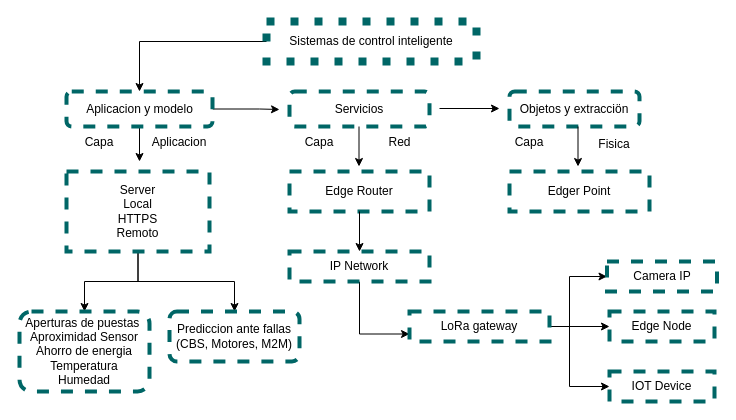
The draw.io diagram DGM/DIAGRAMA.drawio in Villalobos39/SISTEMAS-PROGRAMABLES, before the edit. Source tidied: cells renumbered, new cells numbered last; positions are measured from the earlier drawing's top-left corner, leaving out a move shared by most shapes. Both pictures are drawn from the tidied source at 100%, with x=0, y=0 at pixel (19, 21).
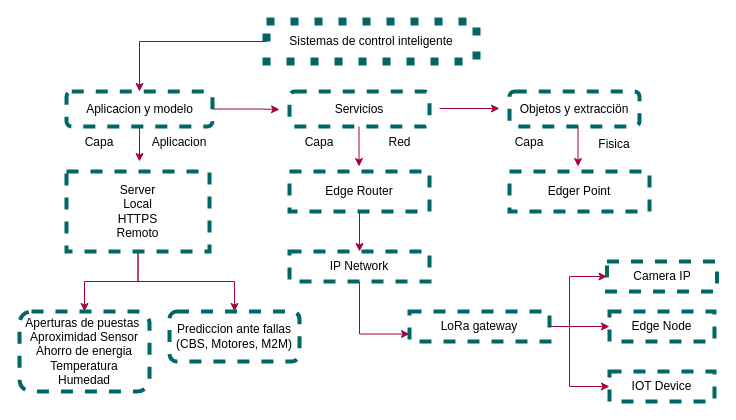
Above is the later version.

The change refers to these unchanged cells:
```xml
<mxCell id="3" value="Sistemas de control inteligente" style="text;html=1;strokeColor=#006666;fillColor=none;align=center;verticalAlign=middle;whiteSpace=wrap;rounded=0;perimeterSpacing=0;strokeWidth=8;dashed=1;dashPattern=1 2;" parent="1" vertex="1">
  <mxGeometry x="247" width="210" height="40" as="geometry" />
</mxCell>
<mxCell id="6" style="rounded=1;whiteSpace=wrap;html=1;dashed=1;strokeColor=#006666;strokeWidth=4;" parent="1" vertex="1">
  <mxGeometry x="47" y="70" width="146" height="35" as="geometry" />
</mxCell>
<mxCell id="21" value="Server&lt;br&gt;Local&lt;br&gt;HTTPS&lt;br&gt;Remoto" style="rounded=0;whiteSpace=wrap;html=1;dashed=1;strokeColor=#006666;strokeWidth=4;" parent="1" vertex="1">
  <mxGeometry x="47" y="150" width="143" height="80" as="geometry" />
</mxCell>
<mxCell id="22" value="Edge Router" style="rounded=0;whiteSpace=wrap;html=1;dashed=1;strokeColor=#006666;strokeWidth=4;" parent="1" vertex="1">
  <mxGeometry x="270" y="150" width="140" height="40" as="geometry" />
</mxCell>
<mxCell id="25" value="IP Network&lt;br&gt;" style="rounded=0;whiteSpace=wrap;html=1;dashed=1;strokeColor=#006666;strokeWidth=4;" parent="1" vertex="1">
  <mxGeometry x="270" y="230" width="140" height="30" as="geometry" />
</mxCell>
<mxCell id="30" value="&lt;span style=&quot;font-family: &amp;#34;helvetica&amp;#34;&quot;&gt;LoRa gateway&lt;/span&gt;" style="rounded=0;whiteSpace=wrap;html=1;dashed=1;strokeColor=#006666;strokeWidth=4;" parent="1" vertex="1">
  <mxGeometry x="390" y="290" width="140" height="30" as="geometry" />
</mxCell>
<mxCell id="31" value="&lt;span style=&quot;font-family: &amp;#34;helvetica&amp;#34;&quot;&gt;Camera IP&lt;/span&gt;" style="rounded=0;whiteSpace=wrap;html=1;dashed=1;strokeColor=#006666;strokeWidth=4;" parent="1" vertex="1">
  <mxGeometry x="587.5" y="240" width="110" height="30" as="geometry" />
</mxCell>
<mxCell id="32" value="&lt;span style=&quot;font-family: &amp;#34;helvetica&amp;#34;&quot;&gt;IOT Device&lt;/span&gt;" style="rounded=0;whiteSpace=wrap;html=1;dashed=1;strokeColor=#006666;strokeWidth=4;" parent="1" vertex="1">
  <mxGeometry x="590" y="350" width="105" height="30" as="geometry" />
</mxCell>
<mxCell id="33" value="&lt;span style=&quot;font-family: &amp;#34;helvetica&amp;#34;&quot;&gt;Edge Node&lt;/span&gt;" style="rounded=0;whiteSpace=wrap;html=1;dashed=1;strokeColor=#006666;strokeWidth=4;" parent="1" vertex="1">
  <mxGeometry x="590" y="290" width="105" height="30" as="geometry" />
</mxCell>
<mxCell id="34" value="&lt;span&gt;Aperturas de puestas&amp;nbsp;&lt;/span&gt;&lt;br&gt;&lt;span&gt;Aproximidad Sensor&lt;/span&gt;&lt;br&gt;&lt;span&gt;Ahorro de energia&lt;/span&gt;&lt;br&gt;&lt;span&gt;Temperatura&lt;/span&gt;&lt;br&gt;&lt;span&gt;Humedad&lt;/span&gt;" style="rounded=1;whiteSpace=wrap;html=1;dashed=1;strokeColor=#006666;strokeWidth=4;" parent="1" vertex="1">
  <mxGeometry y="290" width="130" height="80" as="geometry" />
</mxCell>
<mxCell id="35" value="Prediccion ante fallas&lt;br&gt;(CBS, Motores, M2M)" style="rounded=1;whiteSpace=wrap;html=1;dashed=1;strokeColor=#006666;strokeWidth=4;" parent="1" vertex="1">
  <mxGeometry x="150" y="290" width="130" height="50" as="geometry" />
</mxCell>
```

Change to the diagram source:
```diff
@@
-    <mxCell id="2" style="edgeStyle=orthogonalEdgeStyle;rounded=0;jettySize=auto;html=1;exitX=0;exitY=0.5;exitDx=0;exitDy=0;entryX=0.5;entryY=0;entryDx=0;entryDy=0;" parent="1" edge="1" source="3" target="6">
+    <mxCell id="2" style="edgeStyle=orthogonalEdgeStyle;rounded=0;jettySize=auto;html=1;exitX=0;exitY=0.5;exitDx=0;exitDy=0;entryX=0.5;entryY=0;entryDx=0;entryDy=0;fillColor=#d80073;strokeColor=#A50040;" parent="1" edge="1" source="3" target="6">
       <mxGeometry relative="1" as="geometry" />
     </mxCell>
@@
-    <mxCell id="4" style="edgeStyle=orthogonalEdgeStyle;rounded=0;jettySize=auto;html=1;exitX=1;exitY=0.5;exitDx=0;exitDy=0;" parent="1" edge="1" source="6">
+    <mxCell id="4" style="edgeStyle=orthogonalEdgeStyle;rounded=0;jettySize=auto;html=1;exitX=1;exitY=0.5;exitDx=0;exitDy=0;fillColor=#d80073;strokeColor=#A50040;" parent="1" edge="1" source="6">
       <mxGeometry relative="1" as="geometry">
         <mxPoint x="260" y="88" as="targetPoint" />
         <Array as="points">
           <mxPoint x="240" y="88" />
           <mxPoint x="240" y="88" />
         </Array>
       </mxGeometry>
     </mxCell>
-    <mxCell id="5" style="edgeStyle=orthogonalEdgeStyle;rounded=0;jettySize=auto;html=1;exitX=0.5;exitY=1;exitDx=0;exitDy=0;" parent="1" edge="1" source="6">
+    <mxCell id="5" style="edgeStyle=orthogonalEdgeStyle;rounded=0;jettySize=auto;html=1;exitX=0.5;exitY=1;exitDx=0;exitDy=0;fillColor=#d80073;strokeColor=#A50040;" parent="1" edge="1" source="6">
       <mxGeometry relative="1" as="geometry">
         <mxPoint x="120" y="140" as="targetPoint" />
       </mxGeometry>
     </mxCell>
@@
-    <mxCell id="8" style="endArrow=classic;html=1;" parent="1" edge="1">
+    <mxCell id="8" style="endArrow=classic;html=1;fillColor=#d80073;strokeColor=#A50040;" parent="1" edge="1">
       <mxGeometry relative="1" as="geometry">
         <mxPoint x="420" y="87" as="sourcePoint" />
         <mxPoint x="480" y="87" as="targetPoint" />
       </mxGeometry>
     </mxCell>
@@
-    <mxCell id="11" style="endArrow=classic;html=1;" parent="1" edge="1">
+    <mxCell id="11" style="endArrow=classic;html=1;fillColor=#d80073;strokeColor=#A50040;" parent="1" edge="1">
       <mxGeometry relative="1" as="geometry">
         <mxPoint x="339.5" y="105" as="sourcePoint" />
         <mxPoint x="339.5" y="145" as="targetPoint" />
       </mxGeometry>
     </mxCell>
-    <mxCell id="12" style="endArrow=classic;html=1;" parent="1" edge="1">
+    <mxCell id="12" style="endArrow=classic;html=1;fillColor=#d80073;strokeColor=#A50040;" parent="1" edge="1">
       <mxGeometry relative="1" as="geometry">
         <mxPoint x="558.5" y="105" as="sourcePoint" />
         <mxPoint x="558.5" y="145" as="targetPoint" />
       </mxGeometry>
     </mxCell>
@@
-    <mxCell id="19" style="edgeStyle=orthogonalEdgeStyle;rounded=0;jettySize=auto;html=1;exitX=0.5;exitY=1;exitDx=0;exitDy=0;" parent="1" edge="1" source="21" target="34">
+    <mxCell id="19" style="edgeStyle=orthogonalEdgeStyle;rounded=0;jettySize=auto;html=1;exitX=0.5;exitY=1;exitDx=0;exitDy=0;fillColor=#d80073;strokeColor=#A50040;" parent="1" edge="1" source="21" target="34">
       <mxGeometry relative="1" as="geometry" />
     </mxCell>
-    <mxCell id="20" style="edgeStyle=orthogonalEdgeStyle;rounded=0;jettySize=auto;html=1;exitX=0.5;exitY=1;exitDx=0;exitDy=0;entryX=0.5;entryY=0;entryDx=0;entryDy=0;" parent="1" edge="1" source="21" target="35">
+    <mxCell id="20" style="edgeStyle=orthogonalEdgeStyle;rounded=0;jettySize=auto;html=1;exitX=0.5;exitY=1;exitDx=0;exitDy=0;entryX=0.5;entryY=0;entryDx=0;entryDy=0;fillColor=#d80073;strokeColor=#A50040;" parent="1" edge="1" source="21" target="35">
       <mxGeometry relative="1" as="geometry" />
     </mxCell>
@@
-    <mxCell id="24" style="edgeStyle=orthogonalEdgeStyle;rounded=0;jettySize=auto;html=1;exitX=0.5;exitY=1;exitDx=0;exitDy=0;entryX=0;entryY=0.75;entryDx=0;entryDy=0;" parent="1" edge="1" source="25" target="30">
+    <mxCell id="24" style="edgeStyle=orthogonalEdgeStyle;rounded=0;jettySize=auto;html=1;exitX=0.5;exitY=1;exitDx=0;exitDy=0;entryX=0;entryY=0.75;entryDx=0;entryDy=0;fillColor=#d80073;strokeColor=#A50040;" parent="1" edge="1" source="25" target="30">
       <mxGeometry relative="1" as="geometry" />
     </mxCell>
@@
-    <mxCell id="26" style="endArrow=classic;html=1;entryX=0.5;entryY=0;entryDx=0;entryDy=0;exitX=0.5;exitY=1;exitDx=0;exitDy=0;" parent="1" edge="1" source="22" target="25">
+    <mxCell id="26" style="endArrow=classic;html=1;entryX=0.5;entryY=0;entryDx=0;entryDy=0;exitX=0.5;exitY=1;exitDx=0;exitDy=0;fillColor=#d80073;strokeColor=#A50040;" parent="1" edge="1" source="22" target="25">
       <mxGeometry relative="1" as="geometry" />
     </mxCell>
-    <mxCell id="27" style="edgeStyle=orthogonalEdgeStyle;rounded=0;jettySize=auto;html=1;exitX=1;exitY=0.5;exitDx=0;exitDy=0;entryX=0;entryY=0.5;entryDx=0;entryDy=0;" parent="1" edge="1" source="30" target="33">
+    <mxCell id="27" style="edgeStyle=orthogonalEdgeStyle;rounded=0;jettySize=auto;html=1;exitX=1;exitY=0.5;exitDx=0;exitDy=0;entryX=0;entryY=0.5;entryDx=0;entryDy=0;fillColor=#d80073;strokeColor=#A50040;" parent="1" edge="1" source="30" target="33">
       <mxGeometry relative="1" as="geometry" />
     </mxCell>
-    <mxCell id="28" style="edgeStyle=orthogonalEdgeStyle;rounded=0;jettySize=auto;html=1;exitX=1;exitY=0.5;exitDx=0;exitDy=0;entryX=0;entryY=0.5;entryDx=0;entryDy=0;" parent="1" edge="1" source="30" target="32">
+    <mxCell id="28" style="edgeStyle=orthogonalEdgeStyle;rounded=0;jettySize=auto;html=1;exitX=1;exitY=0.5;exitDx=0;exitDy=0;entryX=0;entryY=0.5;entryDx=0;entryDy=0;fillColor=#d80073;strokeColor=#A50040;" parent="1" edge="1" source="30" target="32">
       <mxGeometry relative="1" as="geometry">
         <Array as="points">
           <mxPoint x="550" y="305" />
           <mxPoint x="550" y="365" />
         </Array>
       </mxGeometry>
     </mxCell>
-    <mxCell id="29" style="edgeStyle=orthogonalEdgeStyle;rounded=0;jettySize=auto;html=1;exitX=1;exitY=0.5;exitDx=0;exitDy=0;entryX=0;entryY=0.5;entryDx=0;entryDy=0;" parent="1" edge="1" source="30" target="31">
+    <mxCell id="29" style="edgeStyle=orthogonalEdgeStyle;rounded=0;jettySize=auto;html=1;exitX=1;exitY=0.5;exitDx=0;exitDy=0;entryX=0;entryY=0.5;entryDx=0;entryDy=0;fillColor=#d80073;strokeColor=#A50040;" parent="1" edge="1" source="30" target="31">
       <mxGeometry relative="1" as="geometry">
         <Array as="points">
           <mxPoint x="550" y="305" />
           <mxPoint x="550" y="255" />
         </Array>
       </mxGeometry>
     </mxCell>
```
